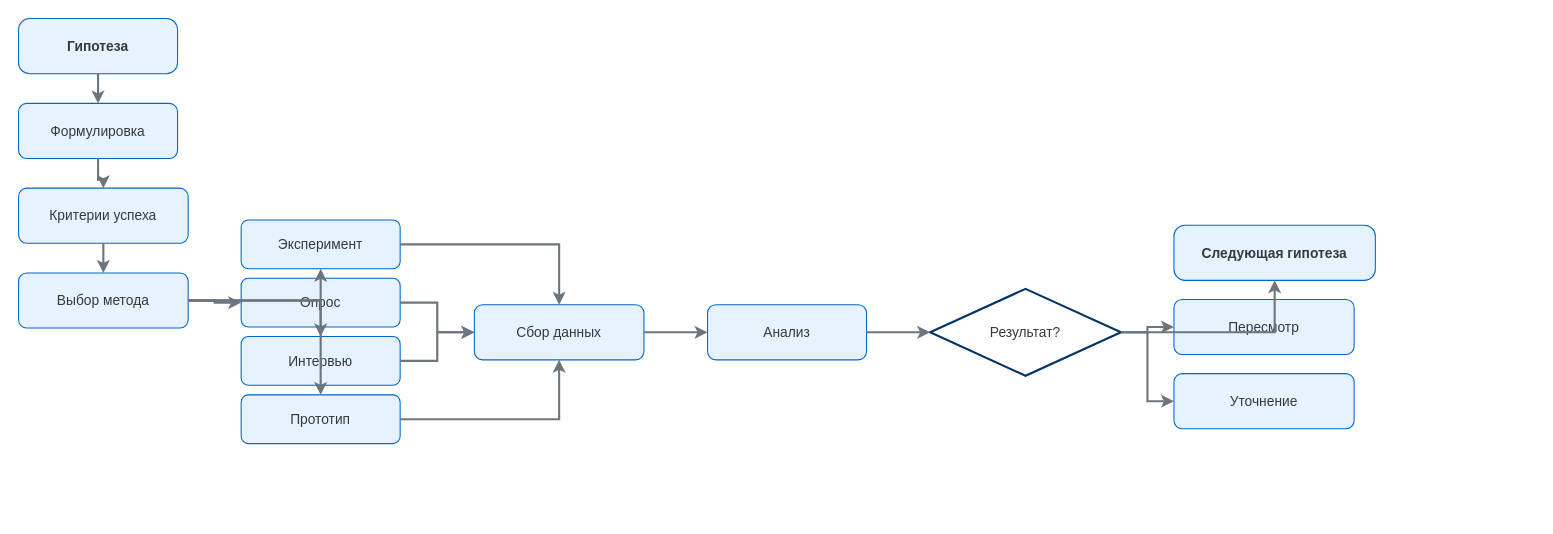
Above: тестыИИ/discovery/drawio/04-validation-detailed.drawio in jackrescuer-gif/Discovery-in-value (draw.io), before the change. Source tidied: cells renumbered, new cells numbered last; positions are measured from the earlier drawing's top-left corner, leaving out a move shared by most shapes. Both pictures are drawn from the tidied source at 106%, with x=0, y=0 at pixel (18, 18).
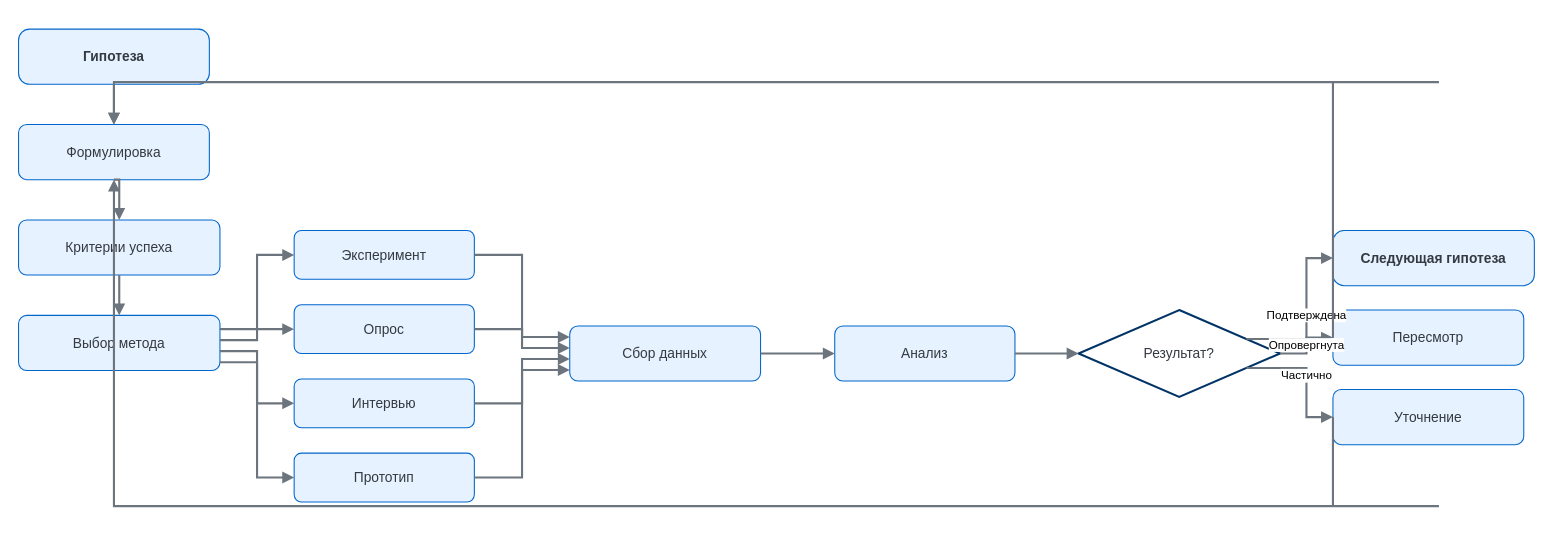
The same diagram, later.

Diff of the diagram source:
```diff
@@
     <mxCell id="2" value="Гипотеза" style="rounded=1;whiteSpace=wrap;html=1;arcSize=20;fillColor=#E6F2FF;strokeColor=#0066CC;fontColor=#343A40;fontSize=13;fontStyle=1;" parent="1" vertex="1">
-      <mxGeometry width="150" height="52" as="geometry" />
+      <mxGeometry y="10" width="180" height="52" as="geometry" />
     </mxCell>
     <mxCell id="3" value="Формулировка" style="rounded=1;whiteSpace=wrap;html=1;fillColor=#E6F2FF;strokeColor=#0066CC;fontColor=#343A40;fontSize=13;" parent="1" vertex="1">
-      <mxGeometry y="80" width="150" height="52" as="geometry" />
+      <mxGeometry y="100" width="180" height="52" as="geometry" />
     </mxCell>
     <mxCell id="4" value="Критерии успеха" style="rounded=1;whiteSpace=wrap;html=1;fillColor=#E6F2FF;strokeColor=#0066CC;fontColor=#343A40;fontSize=13;" parent="1" vertex="1">
-      <mxGeometry y="160" width="160" height="52" as="geometry" />
+      <mxGeometry y="190" width="190" height="52" as="geometry" />
     </mxCell>
     <mxCell id="5" value="Выбор метода" style="rounded=1;whiteSpace=wrap;html=1;fillColor=#E6F2FF;strokeColor=#0066CC;fontColor=#343A40;fontSize=13;" parent="1" vertex="1">
-      <mxGeometry y="240" width="160" height="52" as="geometry" />
+      <mxGeometry y="280" width="190" height="52" as="geometry" />
     </mxCell>
     <mxCell id="6" value="Эксперимент" style="rounded=1;whiteSpace=wrap;html=1;fillColor=#E6F2FF;strokeColor=#0066CC;fontColor=#343A40;fontSize=13;" parent="1" vertex="1">
-      <mxGeometry x="210" y="190" width="150" height="46" as="geometry" />
+      <mxGeometry x="260" y="200" width="170" height="46" as="geometry" />
     </mxCell>
     <mxCell id="7" value="Опрос" style="rounded=1;whiteSpace=wrap;html=1;fillColor=#E6F2FF;strokeColor=#0066CC;fontColor=#343A40;fontSize=13;" parent="1" vertex="1">
-      <mxGeometry x="210" y="245" width="150" height="46" as="geometry" />
+      <mxGeometry x="260" y="270" width="170" height="46" as="geometry" />
     </mxCell>
     <mxCell id="8" value="Интервью" style="rounded=1;whiteSpace=wrap;html=1;fillColor=#E6F2FF;strokeColor=#0066CC;fontColor=#343A40;fontSize=13;" parent="1" vertex="1">
-      <mxGeometry x="210" y="300" width="150" height="46" as="geometry" />
+      <mxGeometry x="260" y="340" width="170" height="46" as="geometry" />
     </mxCell>
     <mxCell id="9" value="Прототип" style="rounded=1;whiteSpace=wrap;html=1;fillColor=#E6F2FF;strokeColor=#0066CC;fontColor=#343A40;fontSize=13;" parent="1" vertex="1">
-      <mxGeometry x="210" y="355" width="150" height="46" as="geometry" />
+      <mxGeometry x="260" y="410" width="170" height="46" as="geometry" />
     </mxCell>
     <mxCell id="10" value="Сбор данных" style="rounded=1;whiteSpace=wrap;html=1;fillColor=#E6F2FF;strokeColor=#0066CC;fontColor=#343A40;fontSize=13;" parent="1" vertex="1">
-      <mxGeometry x="430" y="270" width="160" height="52" as="geometry" />
+      <mxGeometry x="520" y="290" width="180" height="52" as="geometry" />
     </mxCell>
     <mxCell id="11" value="Анализ" style="rounded=1;whiteSpace=wrap;html=1;fillColor=#E6F2FF;strokeColor=#0066CC;fontColor=#343A40;fontSize=13;" parent="1" vertex="1">
-      <mxGeometry x="650" y="270" width="150" height="52" as="geometry" />
+      <mxGeometry x="770" y="290" width="170" height="52" as="geometry" />
     </mxCell>
     <mxCell id="12" value="Результат?" style="rhombus;whiteSpace=wrap;html=1;fillColor=#FFFFFF;strokeColor=#003366;strokeWidth=2;fontColor=#343A40;fontSize=13;" parent="1" vertex="1">
-      <mxGeometry x="860" y="255" width="180" height="82" as="geometry" />
+      <mxGeometry x="1000" y="275" width="190" height="82" as="geometry" />
     </mxCell>
     <mxCell id="13" value="Следующая гипотеза" style="rounded=1;whiteSpace=wrap;html=1;arcSize=20;fillColor=#E6F2FF;strokeColor=#0066CC;fontColor=#343A40;fontSize=13;fontStyle=1;" parent="1" vertex="1">
-      <mxGeometry x="1090" y="195" width="190" height="52" as="geometry" />
+      <mxGeometry x="1240" y="200" width="190" height="52" as="geometry" />
     </mxCell>
     <mxCell id="14" value="Пересмотр" style="rounded=1;whiteSpace=wrap;html=1;fillColor=#E6F2FF;strokeColor=#0066CC;fontColor=#343A40;fontSize=13;" parent="1" vertex="1">
-      <mxGeometry x="1090" y="265" width="170" height="52" as="geometry" />
+      <mxGeometry x="1240" y="275" width="180" height="52" as="geometry" />
     </mxCell>
     <mxCell id="15" value="Уточнение" style="rounded=1;whiteSpace=wrap;html=1;fillColor=#E6F2FF;strokeColor=#0066CC;fontColor=#343A40;fontSize=13;" parent="1" vertex="1">
-      <mxGeometry x="1090" y="335" width="170" height="52" as="geometry" />
+      <mxGeometry x="1240" y="350" width="180" height="52" as="geometry" />
     </mxCell>
-    <mxCell id="16" style="edgeStyle=orthogonalEdgeStyle;rounded=0;jettySize=auto;html=1;strokeColor=#6C757D;strokeWidth=2;" parent="1" edge="1" source="2" target="3">
+    <mxCell id="16" style="edgeStyle=orthogonalEdgeStyle;rounded=0;jettySize=auto;html=1;strokeColor=#6C757D;strokeWidth=2;endArrow=block;endFill=1;exitX=0.5;exitY=1;entryX=0.5;entryY=0;" parent="1" edge="1" source="2" target="3">
       <mxGeometry relative="1" as="geometry" />
     </mxCell>
-    <mxCell id="17" style="edgeStyle=orthogonalEdgeStyle;rounded=0;jettySize=auto;html=1;strokeColor=#6C757D;strokeWidth=2;" parent="1" edge="1" source="3" target="4">
+    <mxCell id="17" style="edgeStyle=orthogonalEdgeStyle;rounded=0;jettySize=auto;html=1;strokeColor=#6C757D;strokeWidth=2;endArrow=block;endFill=1;exitX=0.5;exitY=1;entryX=0.5;entryY=0;" parent="1" edge="1" source="3" target="4">
       <mxGeometry relative="1" as="geometry" />
     </mxCell>
-    <mxCell id="18" style="edgeStyle=orthogonalEdgeStyle;rounded=0;jettySize=auto;html=1;strokeColor=#6C757D;strokeWidth=2;" parent="1" edge="1" source="4" target="5">
+    <mxCell id="18" style="edgeStyle=orthogonalEdgeStyle;rounded=0;jettySize=auto;html=1;strokeColor=#6C757D;strokeWidth=2;endArrow=block;endFill=1;exitX=0.5;exitY=1;entryX=0.5;entryY=0;" parent="1" edge="1" source="4" target="5">
       <mxGeometry relative="1" as="geometry" />
     </mxCell>
-    <mxCell id="19" style="edgeStyle=orthogonalEdgeStyle;rounded=0;jettySize=auto;html=1;strokeColor=#6C757D;strokeWidth=2;" parent="1" edge="1" source="5" target="6">
+    <mxCell id="19" style="edgeStyle=orthogonalEdgeStyle;rounded=0;jettySize=auto;html=1;strokeColor=#6C757D;strokeWidth=2;endArrow=block;endFill=1;exitX=1;exitY=0.25;entryX=0;entryY=0.5;" parent="1" edge="1" source="5" target="6">
       <mxGeometry relative="1" as="geometry" />
     </mxCell>
-    <mxCell id="20" style="edgeStyle=orthogonalEdgeStyle;rounded=0;jettySize=auto;html=1;strokeColor=#6C757D;strokeWidth=2;" parent="1" edge="1" source="5" target="7">
+    <mxCell id="20" style="edgeStyle=orthogonalEdgeStyle;rounded=0;jettySize=auto;html=1;strokeColor=#6C757D;strokeWidth=2;endArrow=block;endFill=1;exitX=1;exitY=0.45;entryX=0;entryY=0.5;" parent="1" edge="1" source="5" target="7">
       <mxGeometry relative="1" as="geometry" />
     </mxCell>
-    <mxCell id="21" style="edgeStyle=orthogonalEdgeStyle;rounded=0;jettySize=auto;html=1;strokeColor=#6C757D;strokeWidth=2;" parent="1" edge="1" source="5" target="8">
+    <mxCell id="21" style="edgeStyle=orthogonalEdgeStyle;rounded=0;jettySize=auto;html=1;strokeColor=#6C757D;strokeWidth=2;endArrow=block;endFill=1;exitX=1;exitY=0.65;entryX=0;entryY=0.5;" parent="1" edge="1" source="5" target="8">
       <mxGeometry relative="1" as="geometry" />
     </mxCell>
-    <mxCell id="22" style="edgeStyle=orthogonalEdgeStyle;rounded=0;jettySize=auto;html=1;strokeColor=#6C757D;strokeWidth=2;" parent="1" edge="1" source="5" target="9">
+    <mxCell id="22" style="edgeStyle=orthogonalEdgeStyle;rounded=0;jettySize=auto;html=1;strokeColor=#6C757D;strokeWidth=2;endArrow=block;endFill=1;exitX=1;exitY=0.85;entryX=0;entryY=0.5;" parent="1" edge="1" source="5" target="9">
       <mxGeometry relative="1" as="geometry" />
     </mxCell>
-    <mxCell id="23" style="edgeStyle=orthogonalEdgeStyle;rounded=0;jettySize=auto;html=1;strokeColor=#6C757D;strokeWidth=2;" parent="1" edge="1" source="6" target="10">
+    <mxCell id="23" style="edgeStyle=orthogonalEdgeStyle;rounded=0;jettySize=auto;html=1;strokeColor=#6C757D;strokeWidth=2;endArrow=block;endFill=1;exitX=1;exitY=0.5;entryX=0;entryY=0.2;" parent="1" edge="1" source="6" target="10">
       <mxGeometry relative="1" as="geometry" />
     </mxCell>
-    <mxCell id="24" style="edgeStyle=orthogonalEdgeStyle;rounded=0;jettySize=auto;html=1;strokeColor=#6C757D;strokeWidth=2;" parent="1" edge="1" source="7" target="10">
+    <mxCell id="24" style="edgeStyle=orthogonalEdgeStyle;rounded=0;jettySize=auto;html=1;strokeColor=#6C757D;strokeWidth=2;endArrow=block;endFill=1;exitX=1;exitY=0.5;entryX=0;entryY=0.4;" parent="1" edge="1" source="7" target="10">
       <mxGeometry relative="1" as="geometry" />
     </mxCell>
-    <mxCell id="25" style="edgeStyle=orthogonalEdgeStyle;rounded=0;jettySize=auto;html=1;strokeColor=#6C757D;strokeWidth=2;" parent="1" edge="1" source="8" target="10">
+    <mxCell id="25" style="edgeStyle=orthogonalEdgeStyle;rounded=0;jettySize=auto;html=1;strokeColor=#6C757D;strokeWidth=2;endArrow=block;endFill=1;exitX=1;exitY=0.5;entryX=0;entryY=0.6;" parent="1" edge="1" source="8" target="10">
       <mxGeometry relative="1" as="geometry" />
     </mxCell>
-    <mxCell id="26" style="edgeStyle=orthogonalEdgeStyle;rounded=0;jettySize=auto;html=1;strokeColor=#6C757D;strokeWidth=2;" parent="1" edge="1" source="9" target="10">
+    <mxCell id="26" style="edgeStyle=orthogonalEdgeStyle;rounded=0;jettySize=auto;html=1;strokeColor=#6C757D;strokeWidth=2;endArrow=block;endFill=1;exitX=1;exitY=0.5;entryX=0;entryY=0.8;" parent="1" edge="1" source="9" target="10">
       <mxGeometry relative="1" as="geometry" />
     </mxCell>
-    <mxCell id="27" style="edgeStyle=orthogonalEdgeStyle;rounded=0;jettySize=auto;html=1;strokeColor=#6C757D;strokeWidth=2;" parent="1" edge="1" source="10" target="11">
+    <mxCell id="27" style="edgeStyle=orthogonalEdgeStyle;rounded=0;jettySize=auto;html=1;strokeColor=#6C757D;strokeWidth=2;endArrow=block;endFill=1;exitX=1;exitY=0.5;entryX=0;entryY=0.5;" parent="1" edge="1" source="10" target="11">
       <mxGeometry relative="1" as="geometry" />
     </mxCell>
-    <mxCell id="28" style="edgeStyle=orthogonalEdgeStyle;rounded=0;jettySize=auto;html=1;strokeColor=#6C757D;strokeWidth=2;" parent="1" edge="1" source="11" target="12">
+    <mxCell id="28" style="edgeStyle=orthogonalEdgeStyle;rounded=0;jettySize=auto;html=1;strokeColor=#6C757D;strokeWidth=2;endArrow=block;endFill=1;exitX=1;exitY=0.5;entryX=0;entryY=0.5;" parent="1" edge="1" source="11" target="12">
       <mxGeometry relative="1" as="geometry" />
     </mxCell>
-    <mxCell id="29" style="edgeStyle=orthogonalEdgeStyle;rounded=0;jettySize=auto;html=1;strokeColor=#6C757D;strokeWidth=2;" parent="1" edge="1" source="12" target="13">
+    <mxCell id="29" value="Подтверждена" style="edgeStyle=orthogonalEdgeStyle;rounded=0;jettySize=auto;html=1;strokeColor=#6C757D;strokeWidth=2;endArrow=block;endFill=1;exitX=1;exitY=0.25;entryX=0;entryY=0.5;" parent="1" edge="1" source="12" target="13">
       <mxGeometry relative="1" as="geometry" />
     </mxCell>
-    <mxCell id="30" style="edgeStyle=orthogonalEdgeStyle;rounded=0;jettySize=auto;html=1;strokeColor=#6C757D;strokeWidth=2;" parent="1" edge="1" source="12" target="14">
+    <mxCell id="30" value="Опровергнута" style="edgeStyle=orthogonalEdgeStyle;rounded=0;jettySize=auto;html=1;strokeColor=#6C757D;strokeWidth=2;endArrow=block;endFill=1;exitX=1;exitY=0.5;entryX=0;entryY=0.5;" parent="1" edge="1" source="12" target="14">
       <mxGeometry relative="1" as="geometry" />
     </mxCell>
-    <mxCell id="31" style="edgeStyle=orthogonalEdgeStyle;rounded=0;jettySize=auto;html=1;strokeColor=#6C757D;strokeWidth=2;" parent="1" edge="1" source="12" target="15">
+    <mxCell id="31" value="Частично" style="edgeStyle=orthogonalEdgeStyle;rounded=0;jettySize=auto;html=1;strokeColor=#6C757D;strokeWidth=2;endArrow=block;endFill=1;exitX=1;exitY=0.75;entryX=0;entryY=0.5;" parent="1" edge="1" source="12" target="15">
       <mxGeometry relative="1" as="geometry" />
     </mxCell>
+    <mxCell id="32" style="edgeStyle=orthogonalEdgeStyle;rounded=0;jettySize=auto;html=1;strokeColor=#6C757D;strokeWidth=2;endArrow=block;endFill=1;exitX=0;exitY=0.5;entryX=0.5;entryY=0;" parent="1" edge="1" source="14" target="3">
+      <mxGeometry relative="1" as="geometry">
+        <Array as="points">
+          <mxPoint x="1340" y="60" />
+          <mxPoint x="-20" y="60" />
+        </Array>
+      </mxGeometry>
+    </mxCell>
+    <mxCell id="33" style="edgeStyle=orthogonalEdgeStyle;rounded=0;jettySize=auto;html=1;strokeColor=#6C757D;strokeWidth=2;endArrow=block;endFill=1;exitX=0;exitY=0.5;entryX=0.5;entryY=1;" parent="1" edge="1" source="15" target="3">
+      <mxGeometry relative="1" as="geometry">
+        <Array as="points">
+          <mxPoint x="1340" y="460" />
+          <mxPoint x="-20" y="460" />
+        </Array>
+      </mxGeometry>
+    </mxCell>
```
